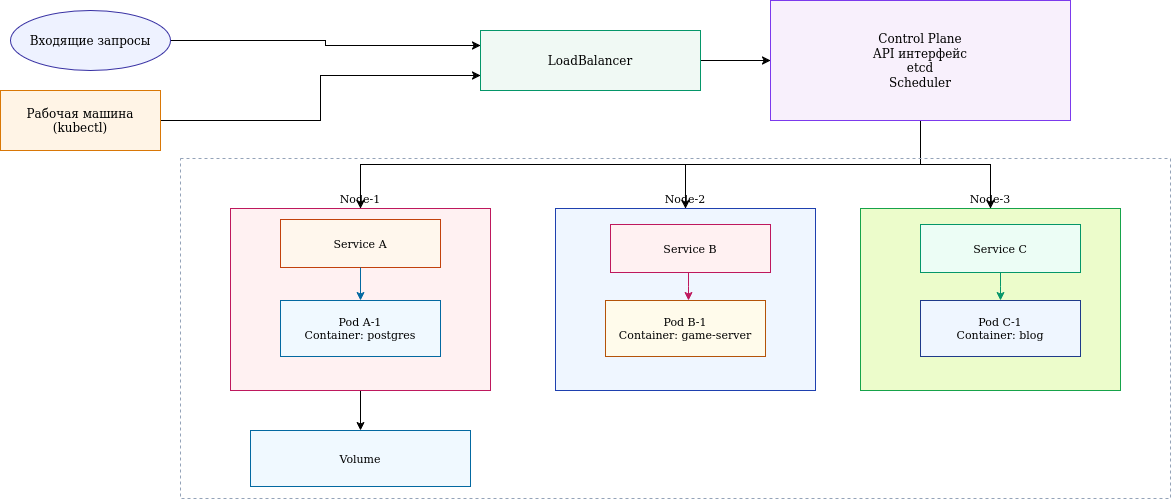
Before: exercises/3_10-3_11/ex311_files/diagram.png, a diagram exported from draw.io (DarkSeriusCode/IIT-labs). Source tidied: cells renumbered, new cells last; positions are measured from the earlier drawing's top-left corner, leaving out a move shared by most shapes.
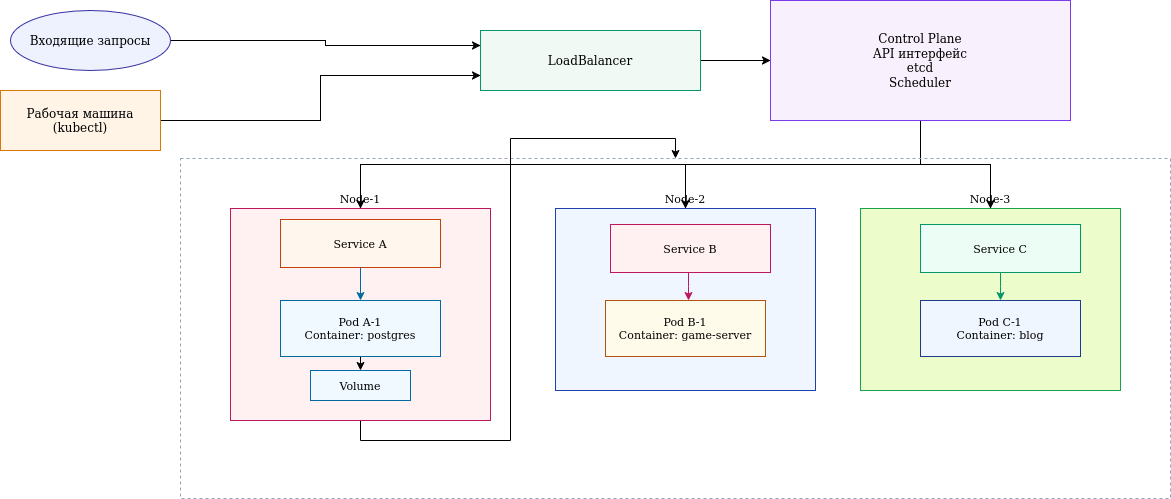
After the commit.

Commit message:
Move volume into node

Change to the diagram source:
```diff
@@ -35,11 +35,11 @@
     <mxCell id="12" value="Кластер Kubernetes" style="rounded;whiteSpace=wrap;html=1;fillColor=none;strokeColor=#94A3B8;dashed=1;fontSize=14;" parent="1" vertex="1">
       <mxGeometry x="180" y="158" width="990" height="340" as="geometry" />
     </mxCell>
-    <mxCell id="13" style="edgeStyle=orthogonalEdgeStyle;rounded=0;jettySize=auto;html=1;exitX=0.5;exitY=1;exitDx=0;exitDy=0;entryX=0.5;entryY=0;entryDx=0;entryDy=0;" parent="1" edge="1" source="14" target="23">
-      <mxGeometry relative="1" as="geometry" />
-    </mxCell>
+    <mxCell id="27" style="edgeStyle=orthogonalEdgeStyle;rounded=0;jettySize=auto;html=1;exitX=0.5;exitY=1;exitDx=0;exitDy=0;" parent="1" edge="1" source="14" target="12">
+      <mxGeometry relative="1" as="geometry" />
+    </mxCell>
     <mxCell id="14" value="Node-1" style="rounded;whiteSpace=wrap;html=1;fillColor=#FFF1F2;strokeColor=#BE185D;fontSize=11;labelPosition=center;verticalLabelPosition=top;align=center;verticalAlign=bottom;" parent="1" vertex="1">
-      <mxGeometry x="230" y="208" width="260" height="182" as="geometry" />
+      <mxGeometry x="230" y="208" width="260" height="212" as="geometry" />
     </mxCell>
     <mxCell id="15" value="Node-2" style="rounded;whiteSpace=wrap;html=1;fillColor=#EFF6FF;strokeColor=#1E40AF;fontSize=11;labelPosition=center;verticalLabelPosition=top;align=center;verticalAlign=bottom;" parent="1" vertex="1">
       <mxGeometry x="555" y="208" width="260" height="182" as="geometry" />
@@ -50,6 +50,9 @@
     <mxCell id="17" value="Service A" style="rounded;whiteSpace=wrap;html=1;fillColor=#FFF7ED;strokeColor=#C2410C;fontSize=11;" parent="1" vertex="1">
       <mxGeometry x="280" y="219" width="160" height="48" as="geometry" />
     </mxCell>
+    <mxCell id="28" style="edgeStyle=orthogonalEdgeStyle;rounded=0;jettySize=auto;html=1;exitX=0.5;exitY=1;exitDx=0;exitDy=0;entryX=0.5;entryY=0;entryDx=0;entryDy=0;" parent="1" edge="1" source="18" target="23">
+      <mxGeometry relative="1" as="geometry" />
+    </mxCell>
     <mxCell id="18" value="&lt;div&gt;Pod A-1&lt;/div&gt;&lt;div&gt;Container: postgres&lt;/div&gt;" style="rounded;whiteSpace=wrap;html=1;fillColor=#F0F9FF;strokeColor=#0369A1;fontSize=11;" parent="1" vertex="1">
       <mxGeometry x="280" y="300" width="160" height="56" as="geometry" />
     </mxCell>
@@ -66,7 +69,7 @@
       <mxGeometry x="920" y="300" width="160" height="56" as="geometry" />
     </mxCell>
     <mxCell id="23" value="Volume" style="rounded;whiteSpace=wrap;html=1;fillColor=#F0F9FF;strokeColor=#0369A1;fontSize=11;" parent="1" vertex="1">
-      <mxGeometry x="250" y="430" width="220" height="56" as="geometry" />
+      <mxGeometry x="310" y="370" width="100" height="30" as="geometry" />
     </mxCell>
     <mxCell id="24" style="edgeStyle=elbowEdgeStyle;rounded=0;strokeColor=#0369A1;" parent="1" edge="1" source="17" target="18">
       <mxGeometry relative="1" as="geometry" />
```
